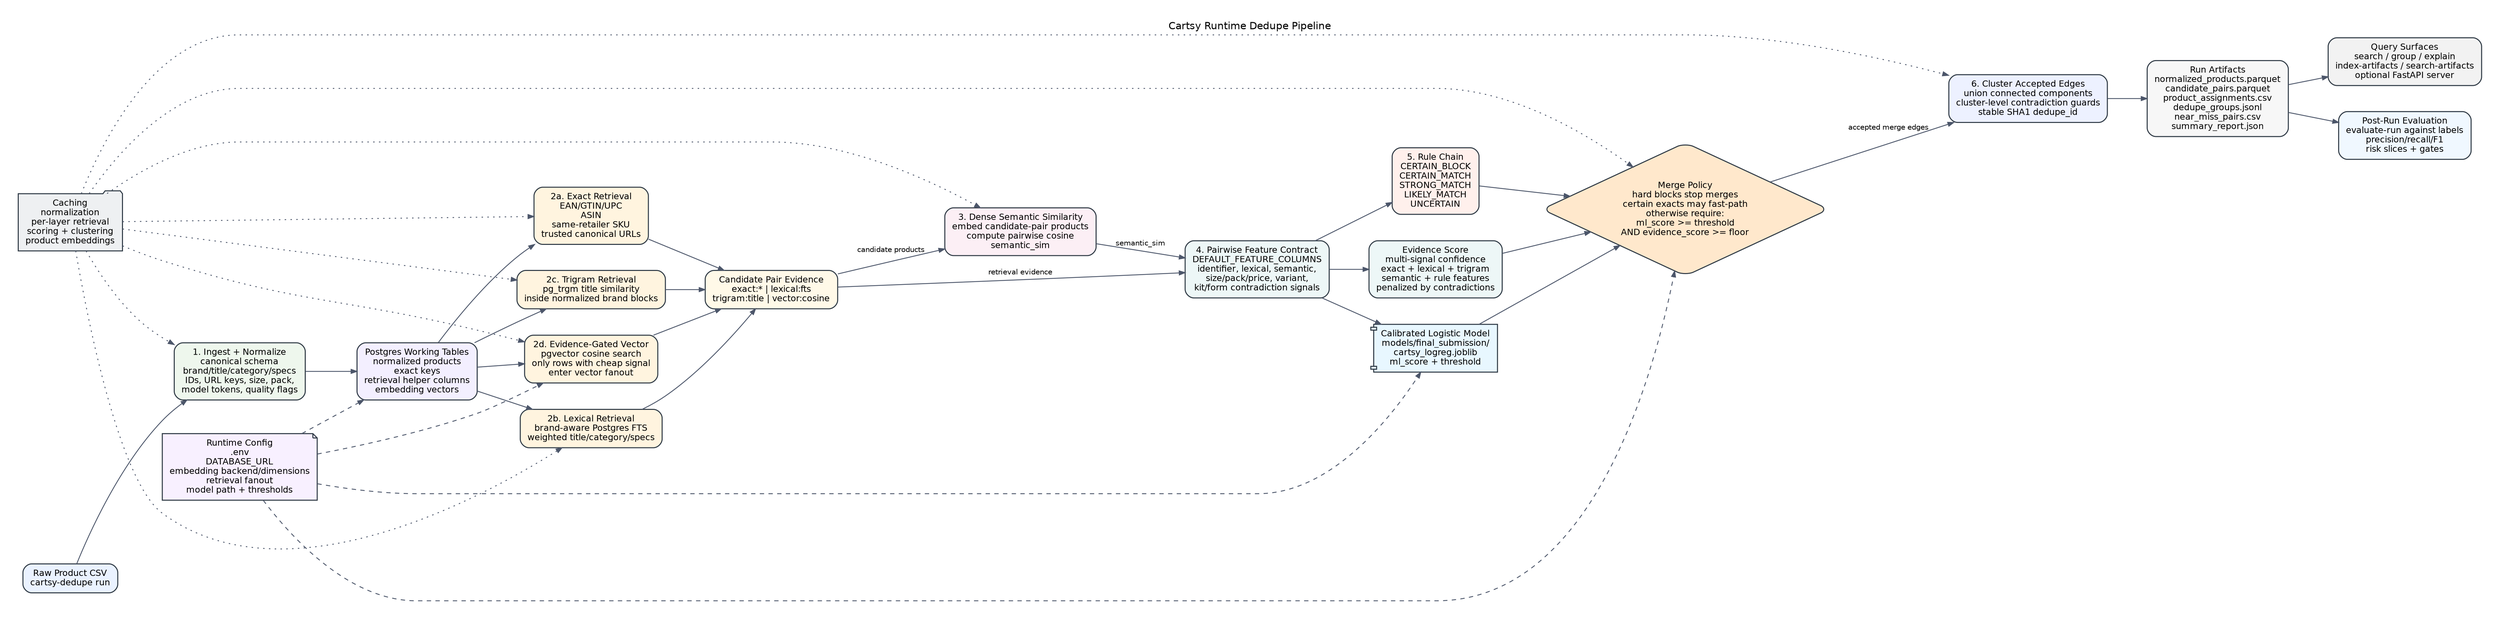
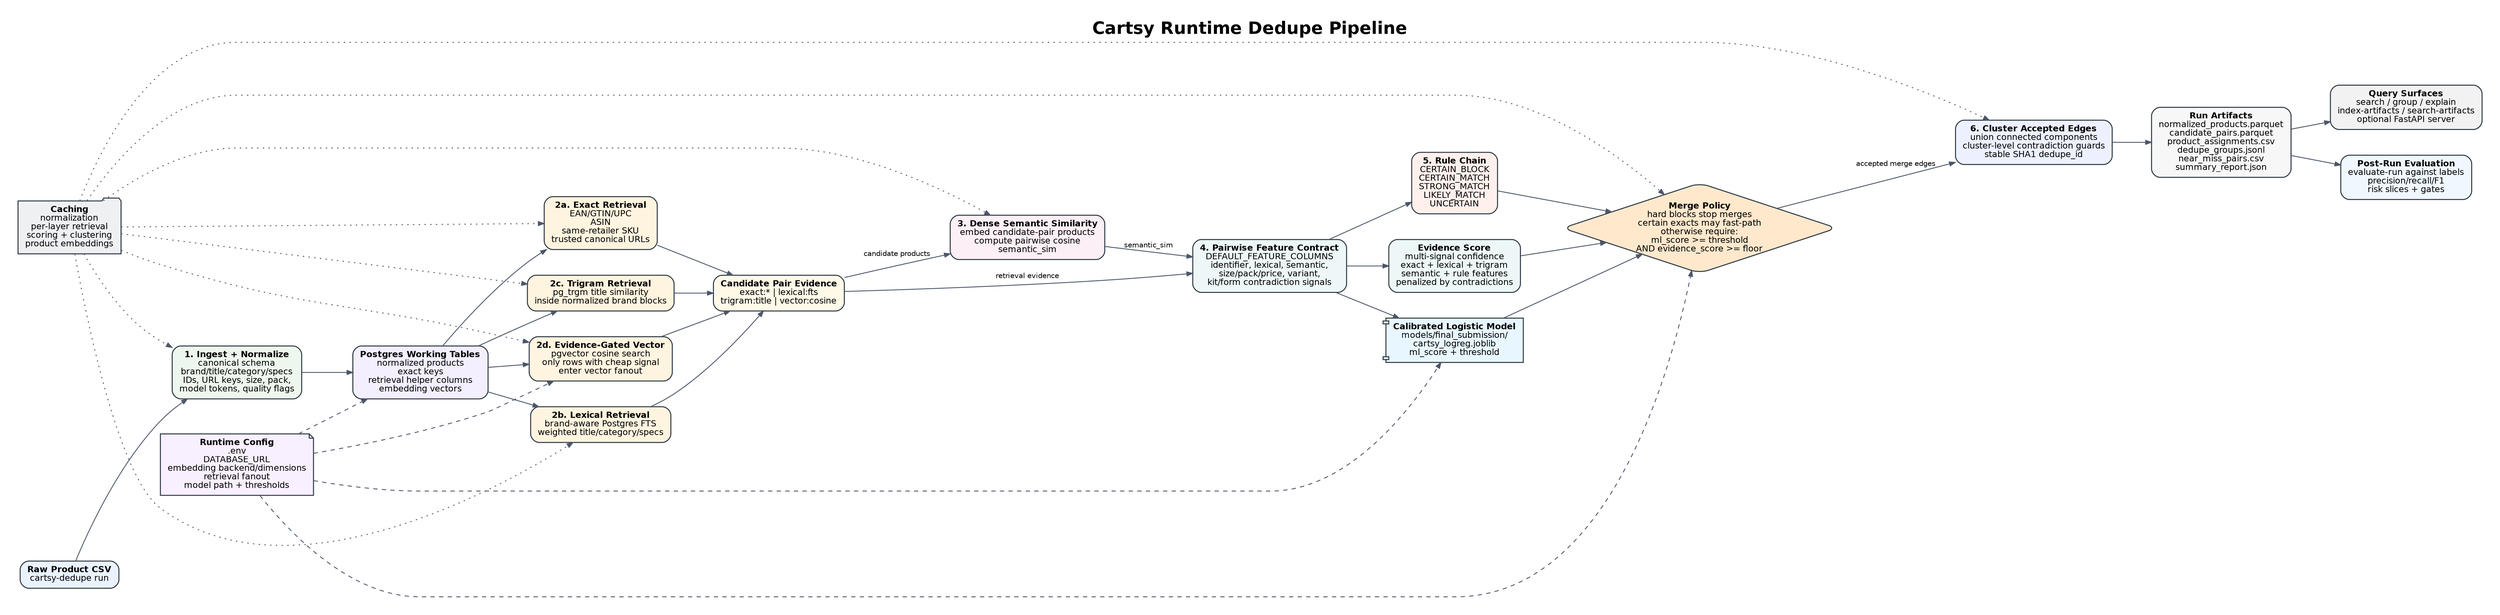
digraph DedupePipeline {
  graph [
    rankdir=LR,
    bgcolor="white",
    pad="0.35",
    nodesep="0.5",
    ranksep="0.75",
    fontname="Helvetica",
    labelloc="t",
-     label="Cartsy Runtime Dedupe Pipeline"
+     label=<<FONT POINT-SIZE="24"><B>Cartsy Runtime Dedupe Pipeline</B></FONT>>
  ];

  node [
    shape=rect,
    style="rounded,filled",
    fontname="Helvetica",
    fontsize=12,
    color="#2f3a45",
    penwidth=1.4,
    margin="0.14,0.10"
  ];

  edge [
    fontname="Helvetica",
    fontsize=10,
    color="#4c566a",
    arrowsize=0.8,
    penwidth=1.2
  ];

  input [
-     label="Raw Product CSV\ncartsy-dedupe run",
+     label=<<B>Raw Product CSV</B><BR/>cartsy-dedupe run>,
    fillcolor="#eaf2ff"
  ];

  normalize [
-     label="1. Ingest + Normalize\ncanonical schema\nbrand/title/category/specs\nIDs, URL keys, size, pack,\nmodel tokens, quality flags",
+     label=<<B>1. Ingest + Normalize</B><BR/>canonical schema<BR/>brand/title/category/specs<BR/>IDs, URL keys, size, pack,<BR/>model tokens, quality flags>,
    fillcolor="#eef7ed"
  ];

  postgres [
-     label="Postgres Working Tables\nnormalized products\nexact keys\nretrieval helper columns\nembedding vectors",
+     label=<<B>Postgres Working Tables</B><BR/>normalized products<BR/>exact keys<BR/>retrieval helper columns<BR/>embedding vectors>,
    fillcolor="#f3efff"
  ];

  exact [
-     label="2a. Exact Retrieval\nEAN/GTIN/UPC\nASIN\nsame-retailer SKU\ntrusted canonical URLs",
+     label=<<B>2a. Exact Retrieval</B><BR/>EAN/GTIN/UPC<BR/>ASIN<BR/>same-retailer SKU<BR/>trusted canonical URLs>,
    fillcolor="#fff4df"
  ];

  lexical [
-     label="2b. Lexical Retrieval\nbrand-aware Postgres FTS\nweighted title/category/specs",
+     label=<<B>2b. Lexical Retrieval</B><BR/>brand-aware Postgres FTS<BR/>weighted title/category/specs>,
    fillcolor="#fff4df"
  ];

  trigram [
-     label="2c. Trigram Retrieval\npg_trgm title similarity\ninside normalized brand blocks",
+     label=<<B>2c. Trigram Retrieval</B><BR/>pg_trgm title similarity<BR/>inside normalized brand blocks>,
    fillcolor="#fff4df"
  ];

  vector [
-     label="2d. Evidence-Gated Vector\npgvector cosine search\nonly rows with cheap signal\nenter vector fanout",
+     label=<<B>2d. Evidence-Gated Vector</B><BR/>pgvector cosine search<BR/>only rows with cheap signal<BR/>enter vector fanout>,
    fillcolor="#fff4df"
  ];

  pair_blocks [
-     label="Candidate Pair Evidence\nexact:* | lexical:fts\ntrigram:title | vector:cosine",
+     label=<<B>Candidate Pair Evidence</B><BR/>exact:* | lexical:fts<BR/>trigram:title | vector:cosine>,
    fillcolor="#fff9e8"
  ];

  semantic [
-     label="3. Dense Semantic Similarity\nembed candidate-pair products\ncompute pairwise cosine\nsemantic_sim",
+     label=<<B>3. Dense Semantic Similarity</B><BR/>embed candidate-pair products<BR/>compute pairwise cosine<BR/>semantic_sim>,
    fillcolor="#fceff5"
  ];

  features [
-     label="4. Pairwise Feature Contract\nDEFAULT_FEATURE_COLUMNS\nidentifier, lexical, semantic,\nsize/pack/price, variant,\nkit/form contradiction signals",
+     label=<<B>4. Pairwise Feature Contract</B><BR/>DEFAULT_FEATURE_COLUMNS<BR/>identifier, lexical, semantic,<BR/>size/pack/price, variant,<BR/>kit/form contradiction signals>,
    fillcolor="#edf7f7"
  ];

  rules [
-     label="5. Rule Chain\nCERTAIN_BLOCK\nCERTAIN_MATCH\nSTRONG_MATCH\nLIKELY_MATCH\nUNCERTAIN",
+     label=<<B>5. Rule Chain</B><BR/>CERTAIN_BLOCK<BR/>CERTAIN_MATCH<BR/>STRONG_MATCH<BR/>LIKELY_MATCH<BR/>UNCERTAIN>,
    fillcolor="#fff0ec"
  ];

  ml [
-     label="Calibrated Logistic Model\nmodels/final_submission/\ncartsy_logreg.joblib\nml_score + threshold",
+     label=<<B>Calibrated Logistic Model</B><BR/>models/final_submission/<BR/>cartsy_logreg.joblib<BR/>ml_score + threshold>,
    shape=component,
    fillcolor="#e8f7ff"
  ];

  evidence [
-     label="Evidence Score\nmulti-signal confidence\nexact + lexical + trigram\nsemantic + rule features\npenalized by contradictions",
+     label=<<B>Evidence Score</B><BR/>multi-signal confidence<BR/>exact + lexical + trigram<BR/>semantic + rule features<BR/>penalized by contradictions>,
    fillcolor="#edf7f7"
  ];

  decision [
-     label="Merge Policy\nhard blocks stop merges\ncertain exacts may fast-path\notherwise require:\nml_score >= threshold\nAND evidence_score >= floor",
+     label=<<B>Merge Policy</B><BR/>hard blocks stop merges<BR/>certain exacts may fast-path<BR/>otherwise require:<BR/>ml_score &gt;= threshold<BR/>AND evidence_score &gt;= floor>,
    shape=diamond,
    width=2.7,
    height=1.75,
    fillcolor="#ffe8cc"
  ];

  clustering [
-     label="6. Cluster Accepted Edges\nunion connected components\ncluster-level contradiction guards\nstable SHA1 dedupe_id",
+     label=<<B>6. Cluster Accepted Edges</B><BR/>union connected components<BR/>cluster-level contradiction guards<BR/>stable SHA1 dedupe_id>,
    fillcolor="#edf1ff"
  ];

  artifacts [
-     label="Run Artifacts\nnormalized_products.parquet\ncandidate_pairs.parquet\nproduct_assignments.csv\ndedupe_groups.jsonl\nnear_miss_pairs.csv\nsummary_report.json",
+     label=<<B>Run Artifacts</B><BR/>normalized_products.parquet<BR/>candidate_pairs.parquet<BR/>product_assignments.csv<BR/>dedupe_groups.jsonl<BR/>near_miss_pairs.csv<BR/>summary_report.json>,
    fillcolor="#f7f7f7"
  ];

  query [
-     label="Query Surfaces\nsearch / group / explain\nindex-artifacts / search-artifacts\noptional FastAPI server",
+     label=<<B>Query Surfaces</B><BR/>search / group / explain<BR/>index-artifacts / search-artifacts<BR/>optional FastAPI server>,
    fillcolor="#f2f2f2"
  ];

  evaluation [
-     label="Post-Run Evaluation\nevaluate-run against labels\nprecision/recall/F1\nrisk slices + gates",
+     label=<<B>Post-Run Evaluation</B><BR/>evaluate-run against labels<BR/>precision/recall/F1<BR/>risk slices + gates>,
    fillcolor="#f0f8ff"
  ];

  cache [
-     label="Caching\nnormalization\nper-layer retrieval\nscoring + clustering\nproduct embeddings",
+     label=<<B>Caching</B><BR/>normalization<BR/>per-layer retrieval<BR/>scoring + clustering<BR/>product embeddings>,
    shape=folder,
    fillcolor="#eef0f2"
  ];

  config [
-     label="Runtime Config\n.env\nDATABASE_URL\nembedding backend/dimensions\nretrieval fanout\nmodel path + thresholds",
+     label=<<B>Runtime Config</B><BR/>.env<BR/>DATABASE_URL<BR/>embedding backend/dimensions<BR/>retrieval fanout<BR/>model path + thresholds>,
    shape=note,
    fillcolor="#f8f0ff"
  ];

  input -> normalize;
  normalize -> postgres;
  postgres -> exact;
  postgres -> lexical;
  postgres -> trigram;
  postgres -> vector;
  exact -> pair_blocks;
  lexical -> pair_blocks;
  trigram -> pair_blocks;
  vector -> pair_blocks;
  pair_blocks -> semantic [label="candidate products"];
  pair_blocks -> features [label="retrieval evidence"];
  semantic -> features [label="semantic_sim"];
  features -> rules;
  features -> ml;
  features -> evidence;
  rules -> decision;
  ml -> decision;
  evidence -> decision;
  decision -> clustering [label="accepted merge edges"];
  clustering -> artifacts;
  artifacts -> query;
  artifacts -> evaluation;

  config -> postgres [style=dashed];
  config -> vector [style=dashed];
  config -> ml [style=dashed];
  config -> decision [style=dashed];

  cache -> normalize [style=dotted];
  cache -> exact [style=dotted];
  cache -> lexical [style=dotted];
  cache -> trigram [style=dotted];
  cache -> vector [style=dotted];
  cache -> semantic [style=dotted];
  cache -> decision [style=dotted];
  cache -> clustering [style=dotted];
}
